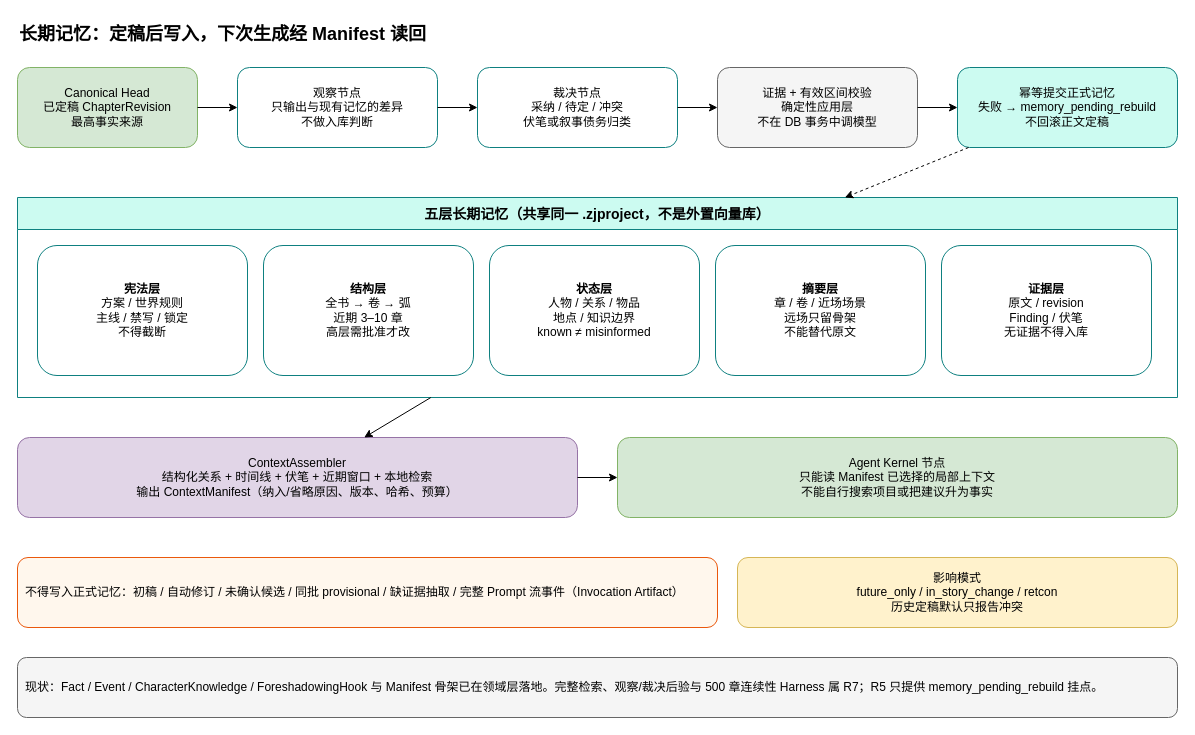
lishen802/novel-studio keeps this draw.io diagram as page "05 长期记忆" (5 of 5) of docs/product/architecture-overview.drawio. Above is the earlier version. Source tidied: cells renumbered, new cells numbered last; positions are measured from the earlier drawing's top-left corner, leaving out a move shared by most shapes. Both pictures are drawn from the tidied source at 100%, with x=0, y=0 at pixel (17, 17).
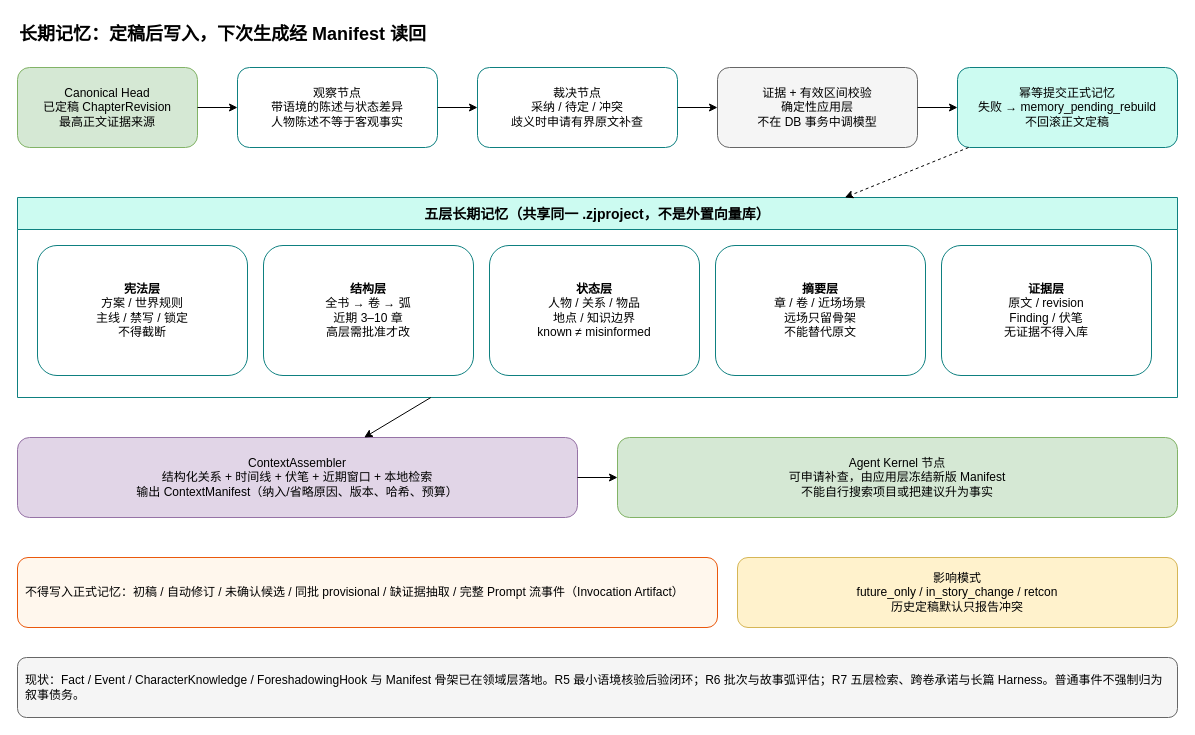
The same diagram, later.

Commit message (it also covers changes not shown here):
docs: refine agent evidence, revision and long-form memory loops

What changed in the source:
```diff
@@
-    <mxCell id="3" value="Canonical Head&#10;已定稿 ChapterRevision&#10;最高事实来源" style="rounded=1;whiteSpace=wrap;html=1;fillColor=#d5e8d4;strokeColor=#82b366;fontSize=12;" parent="1" vertex="1">
+    <mxCell id="3" value="Canonical Head&#10;已定稿 ChapterRevision&#10;最高正文证据来源" style="rounded=1;whiteSpace=wrap;html=1;fillColor=#d5e8d4;strokeColor=#82b366;fontSize=12;" parent="1" vertex="1">
       <mxGeometry y="50" width="180" height="80" as="geometry" />
     </mxCell>
-    <mxCell id="4" value="观察节点&#10;只输出与现有记忆的差异&#10;不做入库判断" style="rounded=1;whiteSpace=wrap;html=1;fillColor=#ffffff;strokeColor=#0e8080;fontSize=12;" parent="1" vertex="1">
+    <mxCell id="4" value="观察节点&#10;带语境的陈述与状态差异&#10;人物陈述不等于客观事实" style="rounded=1;whiteSpace=wrap;html=1;fillColor=#ffffff;strokeColor=#0e8080;fontSize=12;" parent="1" vertex="1">
       <mxGeometry x="220" y="50" width="200" height="80" as="geometry" />
     </mxCell>
-    <mxCell id="5" value="裁决节点&#10;采纳 / 待定 / 冲突&#10;伏笔或叙事债务归类" style="rounded=1;whiteSpace=wrap;html=1;fillColor=#ffffff;strokeColor=#0e8080;fontSize=12;" parent="1" vertex="1">
+    <mxCell id="5" value="裁决节点&#10;采纳 / 待定 / 冲突&#10;歧义时申请有界原文补查" style="rounded=1;whiteSpace=wrap;html=1;fillColor=#ffffff;strokeColor=#0e8080;fontSize=12;" parent="1" vertex="1">
       <mxGeometry x="460" y="50" width="200" height="80" as="geometry" />
     </mxCell>
@@
-    <mxCell id="19" value="Agent Kernel 节点&#10;只能读 Manifest 已选择的局部上下文&#10;不能自行搜索项目或把建议升为事实" style="rounded=1;whiteSpace=wrap;html=1;fillColor=#d5e8d4;strokeColor=#82b366;fontSize=12;" parent="1" vertex="1">
+    <mxCell id="19" value="Agent Kernel 节点&#10;可申请补查，由应用层冻结新版 Manifest&#10;不能自行搜索项目或把建议升为事实" style="rounded=1;whiteSpace=wrap;html=1;fillColor=#d5e8d4;strokeColor=#82b366;fontSize=12;" parent="1" vertex="1">
       <mxGeometry x="600" y="420" width="560" height="80" as="geometry" />
     </mxCell>
@@
-    <mxCell id="24" value="现状：Fact / Event / CharacterKnowledge / ForeshadowingHook 与 Manifest 骨架已在领域层落地。完整检索、观察/裁决后验与 500 章连续性 Harness 属 R7；R5 只提供 memory_pending_rebuild 挂点。" style="rounded=1;whiteSpace=wrap;html=1;fillColor=#f5f5f5;strokeColor=#666666;align=left;spacing=8;fontSize=12;" parent="1" vertex="1">
+    <mxCell id="24" value="现状：Fact / Event / CharacterKnowledge / ForeshadowingHook 与 Manifest 骨架已在领域层落地。R5 最小语境核验后验闭环；R6 批次与故事弧评估；R7 五层检索、跨卷承诺与长篇 Harness。普通事件不强制归为叙事债务。" style="rounded=1;whiteSpace=wrap;html=1;fillColor=#f5f5f5;strokeColor=#666666;align=left;spacing=8;fontSize=12;" parent="1" vertex="1">
       <mxGeometry y="640" width="1160" height="60" as="geometry" />
     </mxCell>
```
